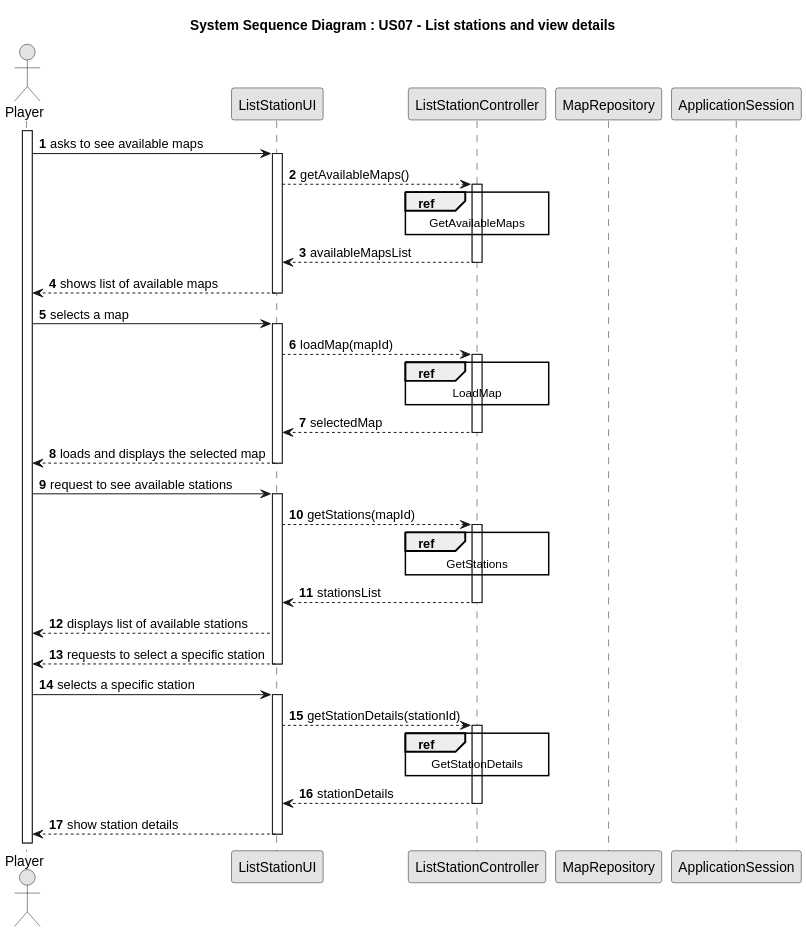
Above: docs/system-documentation/Sprint 2/US07/03.design/svg/US07-SD-split.svg in HenriqueSilva18/Railway-Network-Simulator (PlantUML), before the change.
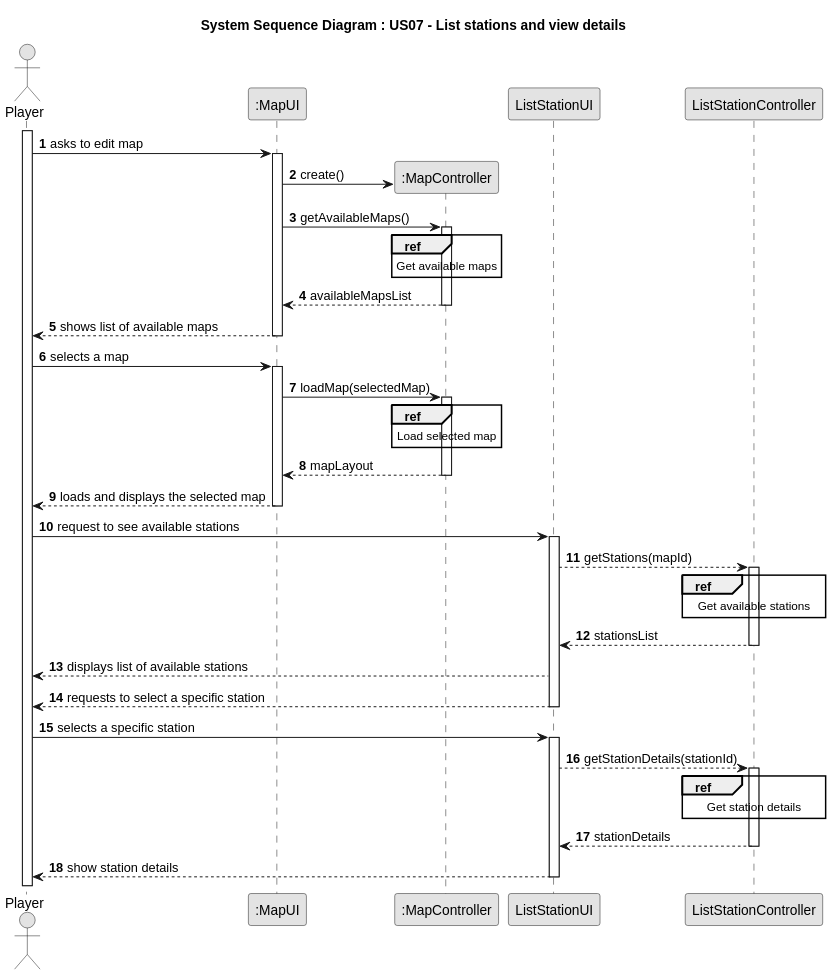
Later version of the same file.

What changed in the source:
```diff
@@ -7,39 +7,47 @@
 title System Sequence Diagram : US07 - List stations and view details
 
 actor "Player" as Player
+participant ":MapUI" as mapUI
+participant ":MapController" as mapCTRL
 participant ListStationUI
 participant ListStationController
-participant MapRepository
-participant ApplicationSession
+
 
 activate Player
-Player -> ListStationUI : asks to see available maps
-        activate ListStationUI
-        ListStationUI --> ListStationController : getAvailableMaps()
-        activate ListStationController
+Player -> mapUI : asks to edit map
 
-        ref over ListStationController
-        GetAvailableMaps
-        end
-        ListStationController --> ListStationUI : availableMapsList
-        deactivate ListStationController
+        activate mapUI
+            mapUI -> mapCTRL**: create()
+            mapUI -> mapCTRL: getAvailableMaps()
 
-        ListStationUI --> Player: shows list of available maps
-        deactivate ListStationUI
+            activate mapCTRL
+                ref over mapCTRL
+                Get available maps
+                end
+                mapCTRL --> mapUI: availableMapsList
+            deactivate mapCTRL
 
-        Player -> ListStationUI: selects a map
-        activate ListStationUI
-        ListStationUI --> ListStationController: loadMap(mapId)
-        activate ListStationController
+            mapUI --> Player: shows list of available maps
+        deactivate mapUI
 
-        ref over ListStationController
-        LoadMap
-        end
+    Player -> mapUI: selects a map
+        activate mapUI
 
-        ListStationController --> ListStationUI: selectedMap
-        deactivate ListStationController
-        ListStationUI --> Player: loads and displays the selected map
-        deactivate ListStationUI
+            mapUI -> mapCTRL: loadMap(selectedMap)
+            activate mapCTRL
+
+                ref over mapCTRL
+                Load selected map
+                end
+
+                mapCTRL --> mapUI: mapLayout
+
+            deactivate mapCTRL
+
+            mapUI --> Player: loads and displays the selected map
+
+
+        deactivate mapUI
 
 Player -> ListStationUI : request to see available stations
         activate ListStationUI
@@ -47,7 +55,7 @@
         activate ListStationController
 
         ref over ListStationController
-        GetStations
+        Get available stations
         end
 
         ListStationController --> ListStationUI: stationsList
@@ -63,7 +71,7 @@
         activate ListStationController
 
         ref over ListStationController
-        GetStationDetails
+        Get station details
         end
 
         ListStationController --> ListStationUI: stationDetails
```
